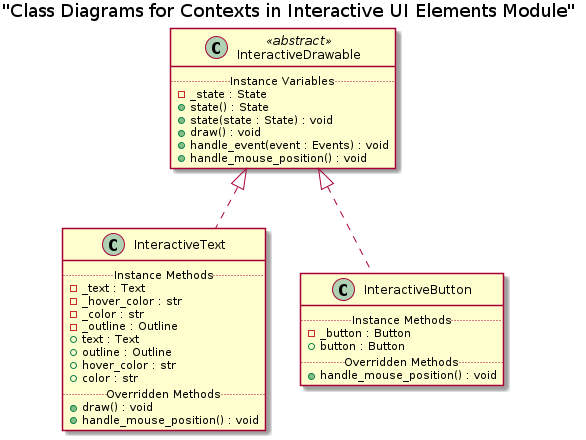
The PlantUML diagram Puzzle_Maze/uml/interactive_ui_elements/interactive_ui_elements_contexts.png in kmerickson/OOP-PuzzleMaze, before a commit.
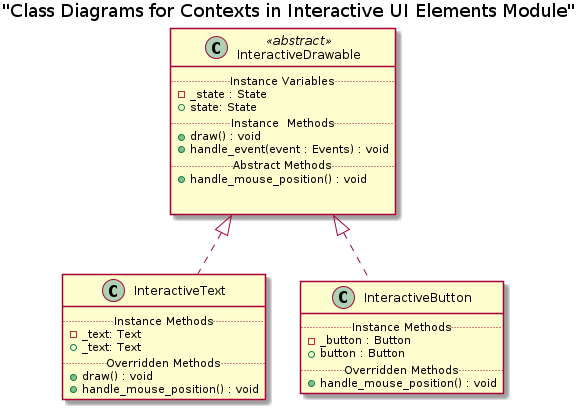
The same file after the commit.

The edit, as a diff of the source:
```diff
@@ -3,23 +3,20 @@
 class InteractiveDrawable <<abstract>>{
     ..Instance Variables..
     - _state : State
-    + state() : State
-    + state(state : State) : void
+    + state: State
+    ..Instance  Methods..
     + draw() : void
     + handle_event(event : Events) : void
+    ..Abstract Methods..
     + handle_mouse_position() : void
+
+
 }
 
 class InteractiveText implements InteractiveDrawable{
     ..Instance Methods..
-    - _text : Text
-    - _hover_color : str
-    - _color : str
-    - _outline : Outline
-    + text : Text
-    + outline : Outline
-    + hover_color : str
-    + color : str
+    - _text: Text
+    + _text: Text
     ..Overridden Methods..
     + draw() : void
     + handle_mouse_position() : void
```
